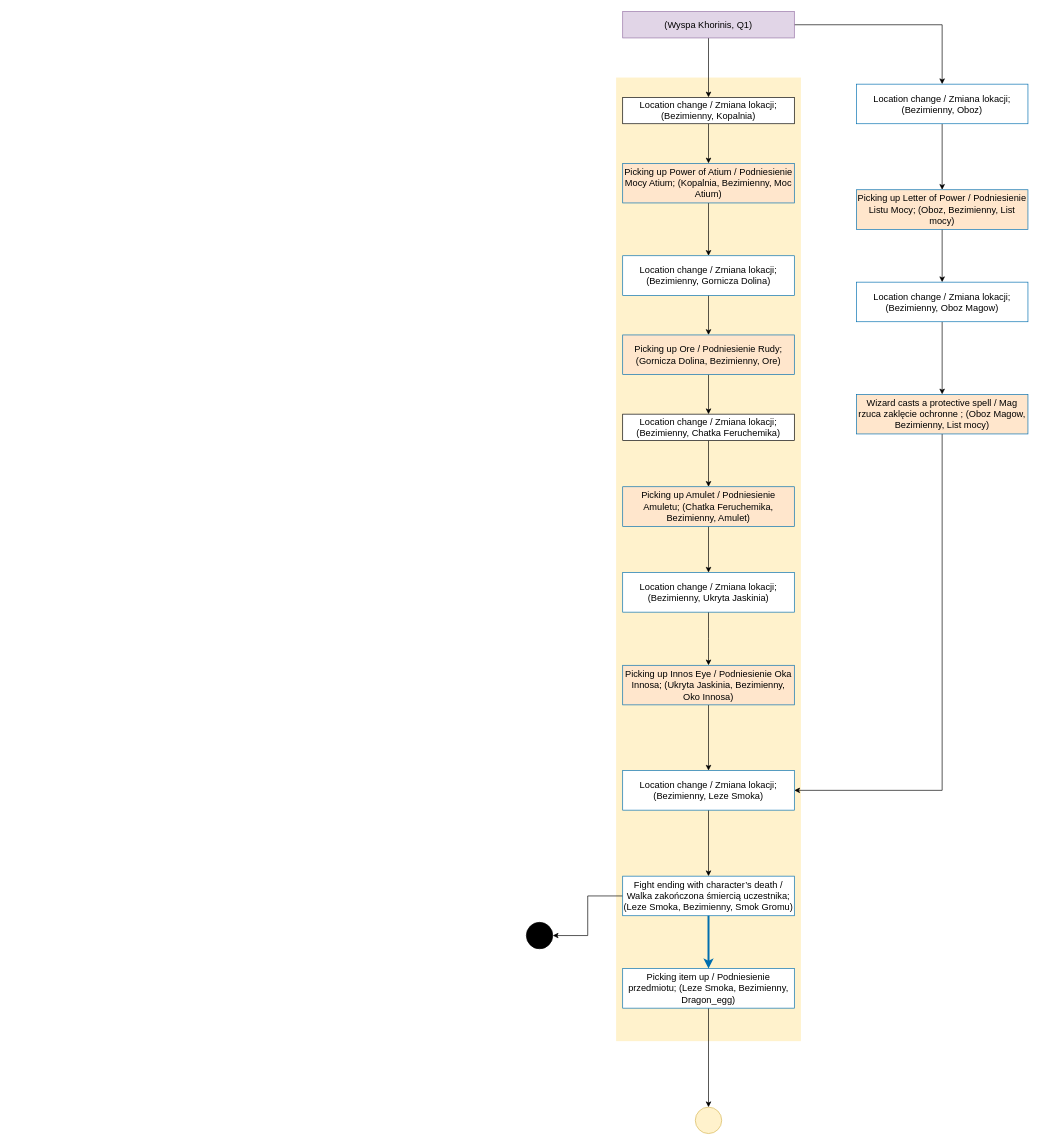
Earlier version of the draw.io diagram produkcje_diagram_Gothic.drawio (Sharens/Gothic_PWK_project). Source tidied: cells renumbered, new cells numbered last; positions are measured from the earlier drawing's top-left corner, leaving out a move shared by most shapes. Both pictures are drawn from the tidied source at 66%, with x=0, y=0 at pixel (526, 11).
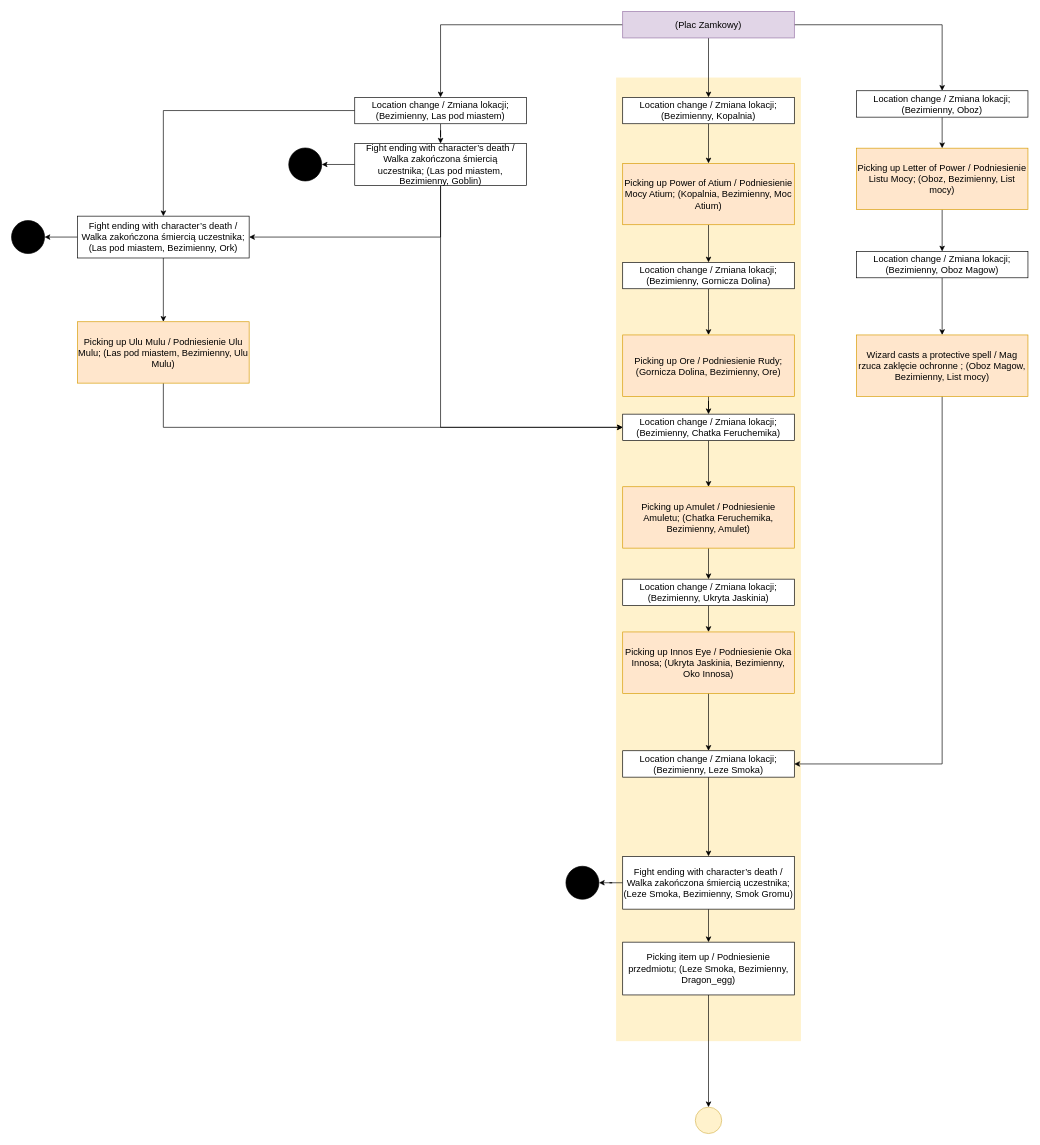
The same page after the edit.

Unchanged cells that the change refers to:
```xml
<mxCell id="7" value="&lt;span id=&quot;docs-internal-guid-4cfbbf0f-7fff-1ddc-6e00-4f36d3d0db7e&quot;&gt;&lt;span style=&quot;background-color: transparent ; vertical-align: baseline&quot;&gt;&lt;font&gt;&lt;font face=&quot;arial&quot;&gt;&lt;span&gt;Location change / Zmiana lokacji; (Bezimienny, Kopalnia)&lt;/span&gt;&lt;/font&gt;&lt;/font&gt;&lt;/span&gt;&lt;/span&gt;" style="rounded=0;whiteSpace=wrap;html=1;align=center;fontSize=14;" parent="1" vertex="1">
  <mxGeometry x="146" y="130" width="260" height="40" as="geometry" />
</mxCell>
<mxCell id="9" value="&lt;span id=&quot;docs-internal-guid-4cfbbf0f-7fff-1ddc-6e00-4f36d3d0db7e&quot;&gt;&lt;span style=&quot;background-color: transparent ; vertical-align: baseline&quot;&gt;&lt;font&gt;&lt;font face=&quot;arial&quot;&gt;&lt;span&gt;Location change / Zmiana lokacji;&lt;/span&gt;&lt;/font&gt;&lt;span style=&quot;font-family: arial;&quot;&gt;(Bezimienny, Chatka Feruchemika)&lt;/span&gt;&lt;br&gt;&lt;/font&gt;&lt;/span&gt;&lt;/span&gt;" style="rounded=0;whiteSpace=wrap;html=1;align=center;fontSize=14;" parent="1" vertex="1">
  <mxGeometry x="146" y="610" width="260" height="40" as="geometry" />
</mxCell>
<mxCell id="10" style="ellipse;whiteSpace=wrap;html=1;fontSize=14;align=center;fillColor=#fff2cc;strokeWidth=1;strokeColor=#d6b656;" parent="1" vertex="1">
  <mxGeometry x="256" y="1660" width="40" height="40" as="geometry" />
</mxCell>
```

The edit, as a diff of the source:
```diff
@@
+    <mxCell id="39" style="edgeStyle=orthogonalEdgeStyle;rounded=0;jettySize=auto;html=1;" parent="1" edge="1" source="5" target="42">
+      <mxGeometry relative="1" as="geometry" />
+    </mxCell>
@@
-    <mxCell id="5" value="&lt;font&gt;(Wyspa Khorinis, Q1)&lt;/font&gt;" style="rounded=0;whiteSpace=wrap;html=1;strokeColor=#9673a6;fillColor=#e1d5e7;fontSize=14;" parent="1" vertex="1">
+    <mxCell id="5" value="&lt;font&gt;(Plac Zamkowy)&lt;/font&gt;" style="rounded=0;whiteSpace=wrap;html=1;strokeColor=#9673a6;fillColor=#e1d5e7;fontSize=14;" parent="1" vertex="1">
       <mxGeometry x="146" width="260" height="40" as="geometry" />
     </mxCell>
-    <mxCell id="6" style="edgeStyle=orthogonalEdgeStyle;rounded=0;jettySize=auto;html=1;" parent="1" edge="1" source="7" target="13">
+    <mxCell id="6" style="edgeStyle=orthogonalEdgeStyle;rounded=0;jettySize=auto;html=1;entryX=0.5;entryY=0;entryDx=0;entryDy=0;" parent="1" edge="1" source="7" target="13">
       <mxGeometry relative="1" as="geometry" />
     </mxCell>
@@
-    <mxCell id="8" style="edgeStyle=orthogonalEdgeStyle;rounded=0;jettySize=auto;html=1;" parent="1" edge="1" source="9" target="19">
+    <mxCell id="8" style="edgeStyle=orthogonalEdgeStyle;rounded=0;jettySize=auto;html=1;entryX=0.5;entryY=0;entryDx=0;entryDy=0;" parent="1" edge="1" source="9" target="19">
       <mxGeometry relative="1" as="geometry" />
     </mxCell>
@@
-    <mxCell id="11" style="ellipse;whiteSpace=wrap;html=1;fontSize=14;align=center;fillColor=#000000;" parent="1" vertex="1">
-      <mxGeometry y="1380" width="40" height="40" as="geometry" />
-    </mxCell>
+    <mxCell id="14" style="edgeStyle=orthogonalEdgeStyle;rounded=0;jettySize=auto;html=1;exitX=0.5;exitY=1;exitDx=0;exitDy=0;" parent="1" edge="1" source="15">
+      <mxGeometry relative="1" as="geometry">
+        <mxPoint x="276" y="490" as="targetPoint" />
+      </mxGeometry>
+    </mxCell>
+    <mxCell id="40" style="edgeStyle=orthogonalEdgeStyle;rounded=0;jettySize=auto;html=1;entryX=0.5;entryY=0;entryDx=0;entryDy=0;" parent="1" edge="1" source="42" target="46">
+      <mxGeometry relative="1" as="geometry" />
+    </mxCell>
+    <mxCell id="41" style="edgeStyle=orthogonalEdgeStyle;rounded=0;jettySize=auto;html=1;exitX=0;exitY=0.5;exitDx=0;exitDy=0;entryX=0.5;entryY=0;entryDx=0;entryDy=0;" parent="1" edge="1" source="42" target="50">
+      <mxGeometry relative="1" as="geometry" />
+    </mxCell>
+    <mxCell id="42" value="&lt;span id=&quot;docs-internal-guid-4cfbbf0f-7fff-1ddc-6e00-4f36d3d0db7e&quot;&gt;&lt;span style=&quot;background-color: transparent ; vertical-align: baseline&quot;&gt;&lt;font&gt;&lt;font face=&quot;arial&quot;&gt;&lt;span&gt;Location change / Zmiana lokacji; (Bezimienny, Las pod miastem)&lt;/span&gt;&lt;/font&gt;&lt;/font&gt;&lt;/span&gt;&lt;/span&gt;" style="rounded=0;whiteSpace=wrap;html=1;align=center;fontSize=14;" parent="1" vertex="1">
+      <mxGeometry x="-260" y="130" width="260" height="40" as="geometry" />
+    </mxCell>
+    <mxCell id="43" style="edgeStyle=orthogonalEdgeStyle;rounded=0;jettySize=auto;html=1;entryX=1;entryY=0.5;entryDx=0;entryDy=0;" parent="1" edge="1" source="46" target="47">
+      <mxGeometry relative="1" as="geometry" />
+    </mxCell>
+    <mxCell id="44" style="edgeStyle=orthogonalEdgeStyle;rounded=0;jettySize=auto;html=1;entryX=1;entryY=0.5;entryDx=0;entryDy=0;" parent="1" edge="1" source="46" target="50">
+      <mxGeometry relative="1" as="geometry">
+        <Array as="points">
+          <mxPoint x="-130" y="342" />
+        </Array>
+      </mxGeometry>
+    </mxCell>
+    <mxCell id="45" style="edgeStyle=orthogonalEdgeStyle;rounded=0;jettySize=auto;html=1;entryX=0;entryY=0.5;entryDx=0;entryDy=0;" parent="1" edge="1" source="46" target="9">
+      <mxGeometry relative="1" as="geometry">
+        <Array as="points">
+          <mxPoint x="-130" y="630" />
+        </Array>
+      </mxGeometry>
+    </mxCell>
+    <mxCell id="46" value="&lt;span id=&quot;docs-internal-guid-4cfbbf0f-7fff-1ddc-6e00-4f36d3d0db7e&quot;&gt;&lt;span style=&quot;background-color: transparent ; vertical-align: baseline&quot;&gt;&lt;font&gt;&lt;span style=&quot;font-size: 14px;&quot;&gt;Fight ending with character’s death / Walka zakończona śmiercią uczestnika;&amp;nbsp;&lt;/span&gt;&lt;/font&gt;&lt;/span&gt;&lt;/span&gt;&lt;span style=&quot;font-size: 14px;&quot;&gt;(Las pod miastem, Bezimienny, Goblin)&lt;/span&gt;" style="rounded=0;whiteSpace=wrap;html=1;align=center;" parent="1" vertex="1">
+      <mxGeometry x="-260" y="200" width="260" height="63.4" as="geometry" />
+    </mxCell>
+    <mxCell id="47" style="ellipse;whiteSpace=wrap;html=1;fillColor=#000000;" parent="1" vertex="1">
+      <mxGeometry x="-360" y="206.7" width="50" height="50" as="geometry" />
+    </mxCell>
+    <mxCell id="48" style="edgeStyle=orthogonalEdgeStyle;rounded=0;jettySize=auto;html=1;exitX=0;exitY=0.5;exitDx=0;exitDy=0;entryX=1;entryY=0.5;entryDx=0;entryDy=0;" parent="1" edge="1" source="50" target="51">
+      <mxGeometry relative="1" as="geometry" />
+    </mxCell>
+    <mxCell id="49" style="edgeStyle=orthogonalEdgeStyle;rounded=0;jettySize=auto;html=1;exitX=0.5;exitY=1;exitDx=0;exitDy=0;entryX=0.5;entryY=0;entryDx=0;entryDy=0;" parent="1" edge="1" source="50" target="53">
+      <mxGeometry relative="1" as="geometry" />
+    </mxCell>
+    <mxCell id="50" value="&lt;span style=&quot;font-size: 14px;&quot;&gt;Fight ending with character’s death / Walka zakończona śmiercią uczestnika; (Las pod miastem, Bezimienny, Ork)&lt;/span&gt;" style="rounded=0;whiteSpace=wrap;html=1;align=center;" parent="1" vertex="1">
+      <mxGeometry x="-680" y="310" width="260" height="63.4" as="geometry" />
+    </mxCell>
+    <mxCell id="51" style="ellipse;whiteSpace=wrap;html=1;fillColor=#000000;" parent="1" vertex="1">
+      <mxGeometry x="-780" y="316.7" width="50" height="50" as="geometry" />
+    </mxCell>
+    <mxCell id="52" style="edgeStyle=orthogonalEdgeStyle;rounded=0;jettySize=auto;html=1;entryX=0;entryY=0.5;entryDx=0;entryDy=0;" parent="1" edge="1" source="53" target="9">
+      <mxGeometry relative="1" as="geometry">
+        <Array as="points">
+          <mxPoint x="-550" y="630" />
+        </Array>
+      </mxGeometry>
+    </mxCell>
+    <mxCell id="53" value="&lt;span style=&quot;font-size: 14px;&quot;&gt;Picking up Ulu Mulu / Podniesienie Ulu Mulu; (Las pod miastem, Bezimienny, Ulu Mulu)&lt;/span&gt;" style="rounded=0;whiteSpace=wrap;html=1;align=center;fillColor=#ffe6cc;strokeColor=#d79b00;" parent="1" vertex="1">
+      <mxGeometry x="-680" y="470" width="260" height="93" as="geometry" />
+    </mxCell>
-    <mxCell id="12" style="edgeStyle=orthogonalEdgeStyle;rounded=0;jettySize=auto;html=1;" parent="1" edge="1" source="13" target="15">
+    <mxCell id="12" style="edgeStyle=orthogonalEdgeStyle;rounded=0;jettySize=auto;html=1;entryX=0.5;entryY=0;entryDx=0;entryDy=0;" parent="1" edge="1" source="13" target="15">
       <mxGeometry relative="1" as="geometry" />
     </mxCell>
-    <mxCell id="13" value="Picking up Power of Atium / Podniesienie Mocy Atium; (Kopalnia, Bezimienny, Moc Atium)" style="rounded=0;whiteSpace=wrap;html=1;strokeColor=#d79b00;align=center;fontSize=14;fontFamily=Helvetica;fillColor=#ffe6cc;strokeColor=#006EAF;" parent="1" vertex="1">
-      <mxGeometry x="146" y="230" width="260" height="60" as="geometry" />
+    <mxCell id="13" value="&lt;span style=&quot;font-size: 14px;&quot;&gt;Picking up Power of Atium / Podniesienie Mocy Atium; (Kopalnia, Bezimienny, Moc Atium)&lt;/span&gt;" style="rounded=0;whiteSpace=wrap;html=1;align=center;fillColor=#ffe6cc;strokeColor=#d79b00;" parent="1" vertex="1">
+      <mxGeometry x="146" y="230" width="260" height="93" as="geometry" />
     </mxCell>
-    <mxCell id="14" style="edgeStyle=orthogonalEdgeStyle;rounded=0;jettySize=auto;html=1;" parent="1" edge="1" source="15" target="17">
-      <mxGeometry relative="1" as="geometry" />
-    </mxCell>
-    <mxCell id="15" value="Location change / Zmiana lokacji; (Bezimienny, Gornicza Dolina)" style="rounded=0;whiteSpace=wrap;html=1;align=center;fontSize=14;fontFamily=Helvetica;strokeColor=#006EAF;" parent="1" vertex="1">
-      <mxGeometry x="146" y="370" width="260" height="60" as="geometry" />
+    <mxCell id="15" value="Location change / Zmiana lokacji; (Bezimienny, Gornicza Dolina)" style="rounded=0;whiteSpace=wrap;html=1;align=center;fontSize=14;" parent="1" vertex="1">
+      <mxGeometry x="146" y="380" width="260" height="40" as="geometry" />
     </mxCell>
-    <mxCell id="16" style="edgeStyle=orthogonalEdgeStyle;rounded=0;jettySize=auto;html=1;" parent="1" edge="1" source="17" target="9">
+    <mxCell id="16" style="edgeStyle=orthogonalEdgeStyle;rounded=0;jettySize=auto;html=1;entryX=0.5;entryY=0;entryDx=0;entryDy=0;" parent="1" edge="1" source="17" target="9">
       <mxGeometry relative="1" as="geometry" />
     </mxCell>
-    <mxCell id="17" value="Picking up Ore / Podniesienie Rudy; (Gornicza Dolina, Bezimienny, Ore)" style="rounded=0;whiteSpace=wrap;html=1;strokeColor=#d79b00;align=center;fontSize=14;fontFamily=Helvetica;fillColor=#ffe6cc;strokeColor=#006EAF;" parent="1" vertex="1">
-      <mxGeometry x="146" y="490" width="260" height="60" as="geometry" />
+    <mxCell id="17" value="&lt;span style=&quot;font-size: 14px;&quot;&gt;Picking up Ore / Podniesienie Rudy; (Gornicza Dolina, Bezimienny, Ore)&lt;/span&gt;" style="rounded=0;whiteSpace=wrap;html=1;align=center;fillColor=#ffe6cc;strokeColor=#d79b00;" parent="1" vertex="1">
+      <mxGeometry x="146" y="490" width="260" height="93" as="geometry" />
     </mxCell>
-    <mxCell id="18" style="edgeStyle=orthogonalEdgeStyle;rounded=0;jettySize=auto;html=1;" parent="1" edge="1" source="19" target="21">
+    <mxCell id="18" style="edgeStyle=orthogonalEdgeStyle;rounded=0;jettySize=auto;html=1;entryX=0.5;entryY=0;entryDx=0;entryDy=0;" parent="1" edge="1" source="19" target="21">
       <mxGeometry relative="1" as="geometry" />
     </mxCell>
-    <mxCell id="19" value="Picking up Amulet / Podniesienie Amuletu; (Chatka Feruchemika, Bezimienny, Amulet)" style="rounded=0;whiteSpace=wrap;html=1;strokeColor=#d79b00;align=center;fontSize=14;fontFamily=Helvetica;fillColor=#ffe6cc;strokeColor=#006EAF;" parent="1" vertex="1">
-      <mxGeometry x="146" y="720" width="260" height="60" as="geometry" />
+    <mxCell id="19" value="&lt;span style=&quot;font-size: 14px;&quot;&gt;Picking up Amulet / Podniesienie Amuletu; (Chatka Feruchemika, Bezimienny, Amulet)&lt;/span&gt;" style="rounded=0;whiteSpace=wrap;html=1;align=center;fillColor=#ffe6cc;strokeColor=#d79b00;" parent="1" vertex="1">
+      <mxGeometry x="146" y="720" width="260" height="93" as="geometry" />
     </mxCell>
-    <mxCell id="20" style="edgeStyle=orthogonalEdgeStyle;rounded=0;jettySize=auto;html=1;" parent="1" edge="1" source="21">
-      <mxGeometry relative="1" as="geometry">
-        <mxPoint x="276" y="990.5" as="targetPoint" />
-      </mxGeometry>
-    </mxCell>
+    <mxCell id="54" style="edgeStyle=orthogonalEdgeStyle;rounded=0;jettySize=auto;html=1;" parent="1" edge="1" source="21" target="38">
+      <mxGeometry relative="1" as="geometry" />
+    </mxCell>
-    <mxCell id="21" value="Location change / Zmiana lokacji; (Bezimienny, Ukryta Jaskinia)" style="rounded=0;whiteSpace=wrap;html=1;align=center;fontSize=14;fontFamily=Helvetica;strokeColor=#006EAF;" parent="1" vertex="1">
-      <mxGeometry x="146" y="850" width="260" height="60" as="geometry" />
+    <mxCell id="21" value="&lt;span id=&quot;docs-internal-guid-4cfbbf0f-7fff-1ddc-6e00-4f36d3d0db7e&quot;&gt;&lt;span style=&quot;background-color: transparent ; vertical-align: baseline&quot;&gt;&lt;font&gt;Location change / Zmiana lokacji; (Bezimienny, Ukryta Jaskinia)&lt;/font&gt;&lt;/span&gt;&lt;/span&gt;" style="rounded=0;whiteSpace=wrap;html=1;align=center;fontSize=14;" parent="1" vertex="1">
+      <mxGeometry x="146" y="860" width="260" height="40" as="geometry" />
     </mxCell>
+    <mxCell id="37" style="edgeStyle=orthogonalEdgeStyle;rounded=0;jettySize=auto;html=1;entryX=0.5;entryY=0;entryDx=0;entryDy=0;" parent="1" edge="1" source="38" target="31">
+      <mxGeometry relative="1" as="geometry" />
+    </mxCell>
+    <mxCell id="38" value="&lt;span style=&quot;font-size: 14px;&quot;&gt;Picking up Innos Eye / Podniesienie Oka Innosa; (Ukryta Jaskinia, Bezimienny, Oko Innosa)&lt;/span&gt;" style="rounded=0;whiteSpace=wrap;html=1;align=center;fillColor=#ffe6cc;strokeColor=#d79b00;" parent="1" vertex="1">
+      <mxGeometry x="146" y="940" width="260" height="93" as="geometry" />
+    </mxCell>
+    <mxCell id="30" style="edgeStyle=orthogonalEdgeStyle;rounded=0;jettySize=auto;html=1;entryX=0.5;entryY=0;entryDx=0;entryDy=0;" parent="1" edge="1" source="31" target="33">
+      <mxGeometry relative="1" as="geometry" />
+    </mxCell>
+    <mxCell id="31" value="Location change / Zmiana lokacji; (Bezimienny, Leze Smoka)" style="rounded=0;whiteSpace=wrap;html=1;align=center;fontSize=14;" parent="1" vertex="1">
+      <mxGeometry x="146" y="1120" width="260" height="40" as="geometry" />
+    </mxCell>
+    <mxCell id="55" style="edgeStyle=orthogonalEdgeStyle;rounded=0;jettySize=auto;html=1;entryX=1;entryY=0.5;entryDx=0;entryDy=0;" parent="1" edge="1" source="33" target="56">
+      <mxGeometry relative="1" as="geometry" />
+    </mxCell>
+    <mxCell id="36" style="edgeStyle=orthogonalEdgeStyle;rounded=0;jettySize=auto;html=1;entryX=0.5;entryY=0;entryDx=0;entryDy=0;" parent="1" edge="1" source="33" target="35">
+      <mxGeometry relative="1" as="geometry" />
+    </mxCell>
+    <mxCell id="33" value="&lt;span style=&quot;font-size: 14px;&quot;&gt;Fight ending with character’s death / Walka zakończona śmiercią uczestnika; (Leze Smoka, Bezimienny, Smok Gromu)&lt;/span&gt;" style="rounded=0;whiteSpace=wrap;html=1;align=center;" parent="1" vertex="1">
+      <mxGeometry x="146" y="1280" width="260" height="80" as="geometry" />
+    </mxCell>
+    <mxCell id="56" style="ellipse;whiteSpace=wrap;html=1;fillColor=#000000;" parent="1" vertex="1">
+      <mxGeometry x="60" y="1295" width="50" height="50" as="geometry" />
+    </mxCell>
+    <mxCell id="34" style="edgeStyle=orthogonalEdgeStyle;rounded=0;jettySize=auto;html=1;" parent="1" edge="1" source="35" target="10">
+      <mxGeometry relative="1" as="geometry" />
+    </mxCell>
+    <mxCell id="35" value="&lt;span style=&quot;font-size: 14px;&quot;&gt;Picking item up / Podniesienie przedmiotu; (Leze Smoka, Bezimienny, Dragon_egg)&lt;/span&gt;" style="rounded=0;whiteSpace=wrap;html=1;align=center;" parent="1" vertex="1">
+      <mxGeometry x="146" y="1410" width="260" height="80" as="geometry" />
+    </mxCell>
+    <mxCell id="24" style="edgeStyle=orthogonalEdgeStyle;rounded=0;jettySize=auto;html=1;entryX=0.5;entryY=0;entryDx=0;entryDy=0;" parent="1" edge="1" source="25" target="27">
+      <mxGeometry relative="1" as="geometry" />
+    </mxCell>
+    <mxCell id="25" value="&lt;span style=&quot;font-size: 14px;&quot;&gt;Picking up Letter of Power / Podniesienie Listu Mocy; (Oboz, Bezimienny, List mocy)&lt;/span&gt;" style="rounded=0;whiteSpace=wrap;html=1;align=center;fillColor=#ffe6cc;strokeColor=#d79b00;" parent="1" vertex="1">
+      <mxGeometry x="500" y="207" width="260" height="93" as="geometry" />
+    </mxCell>
-    <mxCell id="22" style="edgeStyle=orthogonalEdgeStyle;rounded=0;jettySize=auto;html=1;" parent="1" edge="1" source="23" target="25">
+    <mxCell id="22" style="edgeStyle=orthogonalEdgeStyle;rounded=0;jettySize=auto;html=1;entryX=0.5;entryY=0;entryDx=0;entryDy=0;" parent="1" edge="1" source="23" target="25">
       <mxGeometry relative="1" as="geometry" />
     </mxCell>
-    <mxCell id="23" value="Location change / Zmiana lokacji; (Bezimienny, Oboz)" style="rounded=0;whiteSpace=wrap;html=1;align=center;fontSize=14;fontFamily=Helvetica;strokeColor=#006EAF;" parent="1" vertex="1">
-      <mxGeometry x="500" y="110" width="260" height="60" as="geometry" />
+    <mxCell id="23" value="&lt;font face=&quot;arial&quot;&gt;Location change / Zmiana lokacji; (Bezimienny, Oboz)&lt;/font&gt;" style="rounded=0;whiteSpace=wrap;html=1;align=center;fontSize=14;" parent="1" vertex="1">
+      <mxGeometry x="500" y="120" width="260" height="40" as="geometry" />
     </mxCell>
-    <mxCell id="24" style="edgeStyle=orthogonalEdgeStyle;rounded=0;jettySize=auto;html=1;" parent="1" edge="1" source="25" target="27">
-      <mxGeometry relative="1" as="geometry" />
-    </mxCell>
-    <mxCell id="25" value="Picking up Letter of Power / Podniesienie Listu Mocy; (Oboz, Bezimienny, List mocy)" style="rounded=0;whiteSpace=wrap;html=1;strokeColor=#d79b00;align=center;fontSize=14;fontFamily=Helvetica;fillColor=#ffe6cc;strokeColor=#006EAF;" parent="1" vertex="1">
-      <mxGeometry x="500" y="270" width="260" height="60" as="geometry" />
-    </mxCell>
-    <mxCell id="26" style="edgeStyle=orthogonalEdgeStyle;rounded=0;jettySize=auto;html=1;" parent="1" edge="1" source="27" target="29">
+    <mxCell id="26" style="edgeStyle=orthogonalEdgeStyle;rounded=0;jettySize=auto;html=1;entryX=0.5;entryY=0;entryDx=0;entryDy=0;" parent="1" edge="1" source="27" target="29">
       <mxGeometry relative="1" as="geometry" />
     </mxCell>
-    <mxCell id="27" value="Location change / Zmiana lokacji; (Bezimienny, Oboz Magow)" style="rounded=0;whiteSpace=wrap;html=1;align=center;fontSize=14;fontFamily=Helvetica;strokeColor=#006EAF;" parent="1" vertex="1">
-      <mxGeometry x="500" y="410" width="260" height="60" as="geometry" />
+    <mxCell id="27" value="&lt;font face=&quot;arial&quot;&gt;Location change / Zmiana lokacji; (Bezimienny, Oboz Magow)&lt;/font&gt;" style="rounded=0;whiteSpace=wrap;html=1;align=center;fontSize=14;" parent="1" vertex="1">
+      <mxGeometry x="500" y="363.4" width="260" height="40" as="geometry" />
     </mxCell>
     <mxCell id="28" style="edgeStyle=orthogonalEdgeStyle;rounded=0;jettySize=auto;html=1;entryX=1;entryY=0.5;entryDx=0;entryDy=0;" parent="1" edge="1" source="29" target="31">
       <mxGeometry relative="1" as="geometry">
         <Array as="points">
-          <mxPoint x="630" y="1180" />
+          <mxPoint x="630" y="1140" />
         </Array>
       </mxGeometry>
     </mxCell>
-    <mxCell id="29" value="Wizard casts a protective spell / Mag rzuca zaklęcie ochronne ; (Oboz Magow, Bezimienny, List mocy)" style="rounded=0;whiteSpace=wrap;html=1;strokeColor=#d79b00;align=center;fontSize=14;fontFamily=Helvetica;fillColor=#ffe6cc;strokeColor=#006EAF;" parent="1" vertex="1">
-      <mxGeometry x="500" y="580" width="260" height="60" as="geometry" />
+    <mxCell id="29" value="&lt;span style=&quot;font-size: 14px;&quot;&gt;Wizard casts a protective spell / Mag rzuca zaklęcie ochronne ; (Oboz Magow, Bezimienny, List mocy)&lt;/span&gt;" style="rounded=0;whiteSpace=wrap;html=1;align=center;fillColor=#ffe6cc;strokeColor=#d79b00;" parent="1" vertex="1">
+      <mxGeometry x="500" y="490" width="260" height="93" as="geometry" />
     </mxCell>
-    <mxCell id="30" style="edgeStyle=orthogonalEdgeStyle;rounded=0;jettySize=auto;html=1;" parent="1" edge="1" source="31" target="33">
-      <mxGeometry relative="1" as="geometry" />
-    </mxCell>
-    <mxCell id="31" value="Location change / Zmiana lokacji; (Bezimienny, Leze Smoka)" style="rounded=0;whiteSpace=wrap;html=1;align=center;fontSize=14;fontFamily=Helvetica;strokeColor=#006EAF;" parent="1" vertex="1">
-      <mxGeometry x="146" y="1150" width="260" height="60" as="geometry" />
-    </mxCell>
-    <mxCell id="32" style="edgeStyle=orthogonalEdgeStyle;rounded=0;jettySize=auto;html=1;entryX=1;entryY=0.5;entryDx=0;entryDy=0;" parent="1" edge="1" source="33" target="11">
-      <mxGeometry relative="1" as="geometry" />
-    </mxCell>
-    <mxCell id="33" value="Fight ending with character’s death / Walka zakończona śmiercią uczestnika; (Leze Smoka, Bezimienny, Smok Gromu)" style="rounded=0;whiteSpace=wrap;html=1;align=center;fontSize=14;fontFamily=Helvetica;strokeColor=#006EAF;" parent="1" vertex="1">
-      <mxGeometry x="146" y="1310" width="260" height="60" as="geometry" />
-    </mxCell>
-    <mxCell id="34" style="edgeStyle=orthogonalEdgeStyle;rounded=0;jettySize=auto;html=1;" parent="1" edge="1" source="35" target="10">
-      <mxGeometry relative="1" as="geometry" />
-    </mxCell>
-    <mxCell id="35" value="Picking item up / Podniesienie przedmiotu; (Leze Smoka, Bezimienny, Dragon_egg)" style="rounded=0;whiteSpace=wrap;html=1;align=center;fontSize=14;fontFamily=Helvetica;strokeColor=#006EAF;" parent="1" vertex="1">
-      <mxGeometry x="146" y="1450" width="260" height="60" as="geometry" />
-    </mxCell>
-    <mxCell id="36" style="rounded=0;jettySize=auto;html=1;entryX=0.5;entryY=0;entryDx=0;entryDy=0;fontSize=14;fillColor=#dae8fc;strokeColor=#006EAF;strokeWidth=3;" parent="1" edge="1" source="33" target="35">
-      <mxGeometry relative="1" as="geometry" />
-    </mxCell>
-    <mxCell id="37" style="edgeStyle=orthogonalEdgeStyle;rounded=0;jettySize=auto;html=1;" parent="1" edge="1" source="38" target="31">
-      <mxGeometry relative="1" as="geometry" />
-    </mxCell>
-    <mxCell id="38" value="Picking up Innos Eye / Podniesienie Oka Innosa; (Ukryta Jaskinia, Bezimienny, Oko Innosa)" style="rounded=0;whiteSpace=wrap;html=1;strokeColor=#d79b00;align=center;fontSize=14;fontFamily=Helvetica;fillColor=#ffe6cc;strokeColor=#006EAF;" parent="1" vertex="1">
-      <mxGeometry x="146" y="990.5" width="260" height="60" as="geometry" />
-    </mxCell>
```
